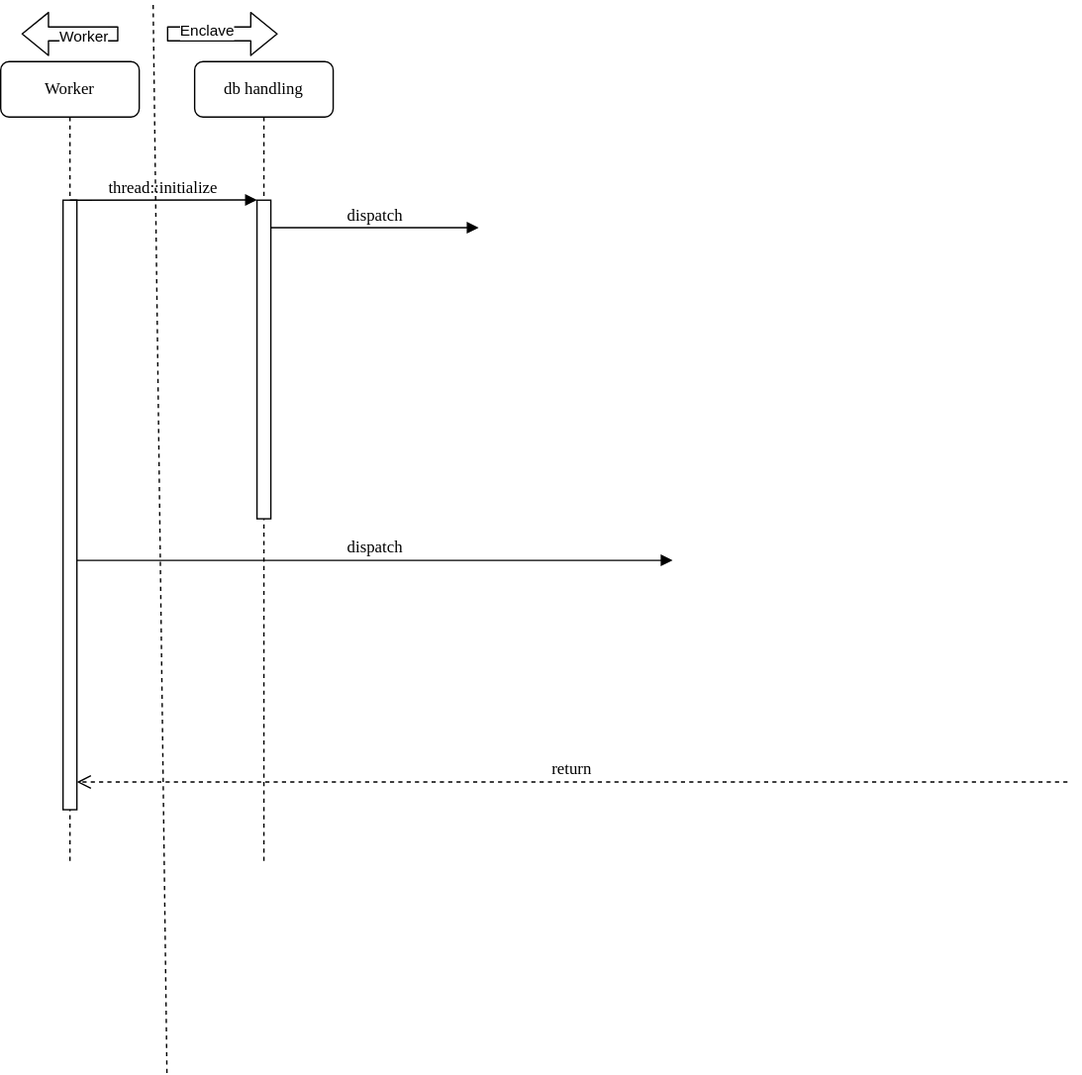
This is database_thread.svg from haerdib/substraTEE_diagramms, a draw.io export, as it was before one commit. Source tidied: cells renumbered, new cells last; positions are measured from the earlier drawing's top-left corner, leaving out a move shared by most shapes.
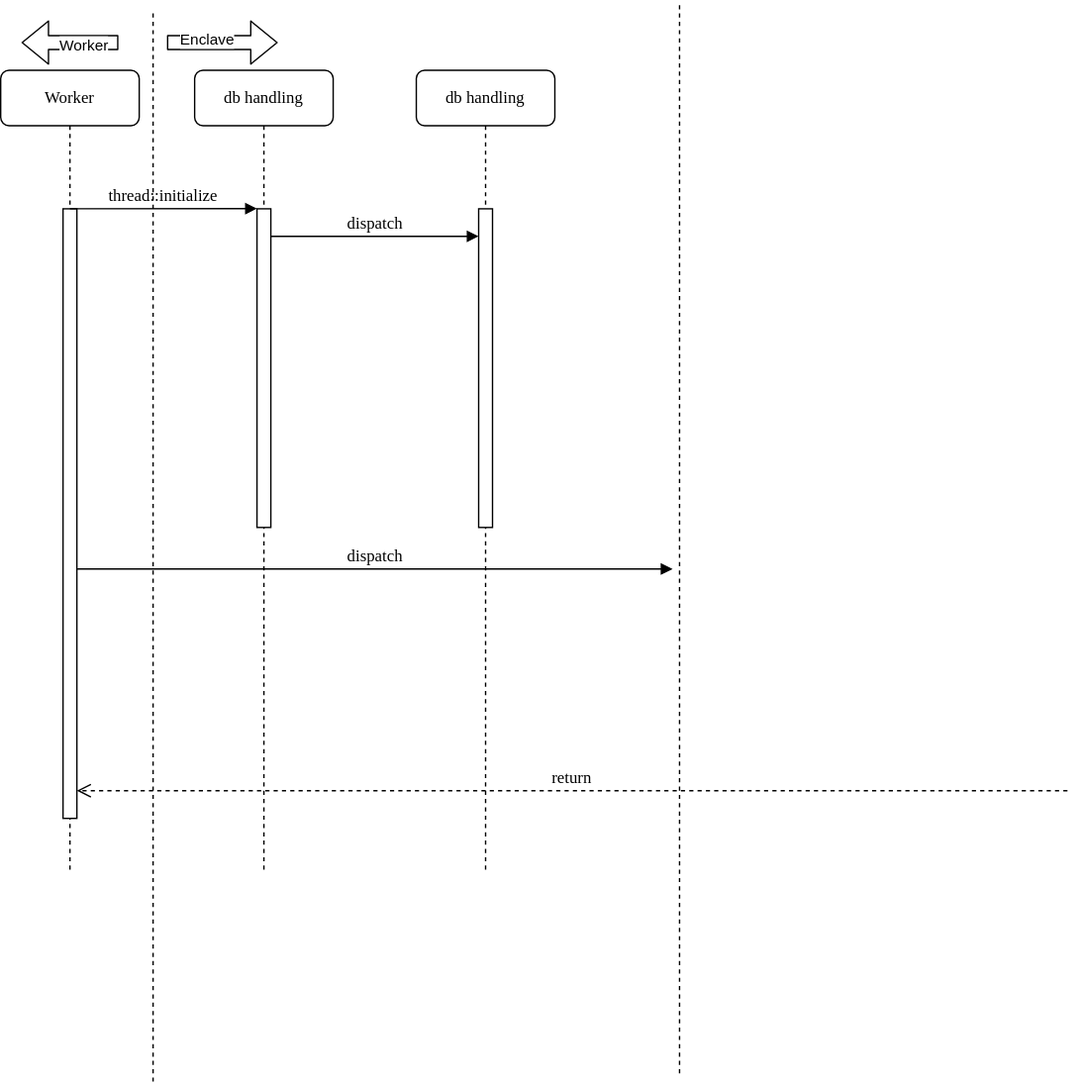
After the commit.

Change to the diagram source:
```diff
@@ -32,7 +32,7 @@
     </mxCell>
     <mxCell id="9" style="endArrow=none;dashed=1;html=1;" parent="1" edge="1">
       <mxGeometry relative="1" as="geometry">
-        <mxPoint x="120" y="774" as="sourcePoint" />
+        <mxPoint x="110" y="774" as="sourcePoint" />
         <mxPoint x="110" as="targetPoint" />
       </mxGeometry>
     </mxCell>
@@ -59,5 +59,17 @@
     <mxCell id="14" value="Worker" style="edgeLabel;html=1;align=center;verticalAlign=middle;" parent="13" vertex="1">
       <mxGeometry x="-0.28" y="2" relative="1" as="geometry" />
     </mxCell>
+    <mxCell id="15" value="&lt;div&gt;db handling&lt;/div&gt;" style="shape=umlLifeline;perimeter=lifelinePerimeter;whiteSpace=wrap;html=1;rounded=1;shadow=0;comic=0;labelBackgroundColor=none;strokeWidth=1;fontFamily=Verdana;fontSize=12;align=center;" parent="1" vertex="1">
+      <mxGeometry x="300" y="44" width="100" height="580" as="geometry" />
+    </mxCell>
+    <mxCell id="16" style="html=1;perimeter=orthogonalPerimeter;rounded=0;shadow=0;comic=0;labelBackgroundColor=none;strokeWidth=1;fontFamily=Verdana;fontSize=12;align=center;" parent="15" vertex="1">
+      <mxGeometry x="45" y="100" width="10" height="230" as="geometry" />
+    </mxCell>
+    <mxCell id="17" style="endArrow=none;dashed=1;html=1;" parent="1" edge="1">
+      <mxGeometry relative="1" as="geometry">
+        <mxPoint x="490" y="768" as="sourcePoint" />
+        <mxPoint x="490" y="-6" as="targetPoint" />
+      </mxGeometry>
+    </mxCell>
   </root>
 </mxGraphModel>
```
